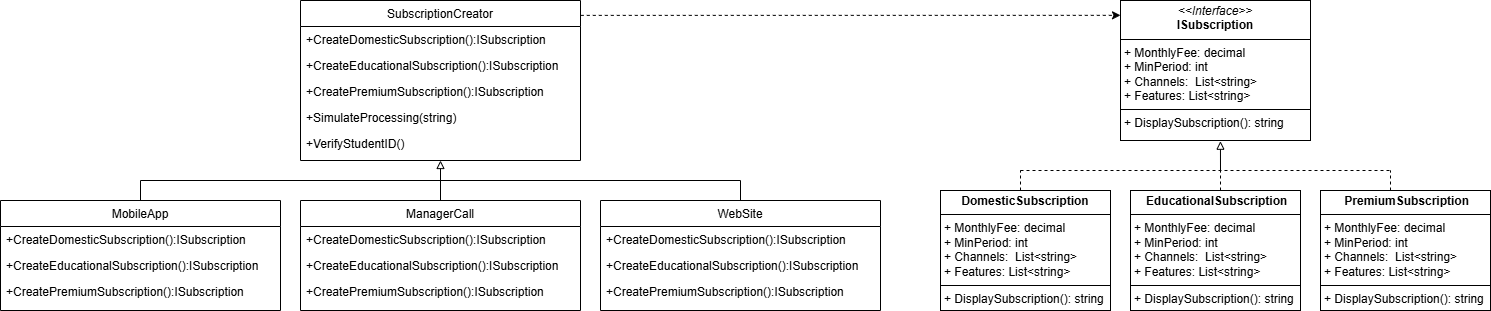
Earlier version of the draw.io export lab2/task1-FactoryMethod/task1-factory.png (sofia-maidaniuk/SoftwareDevelopment). Source tidied: cells renumbered, new cells last; positions are measured from the earlier drawing's top-left corner, leaving out a move shared by most shapes. Source of this version:
```xml
<mxGraphModel>
  <root>
    <mxCell id="0" />
    <mxCell id="1" parent="0" />
    <mxCell id="2" value="SubscriptionCreator" style="swimlane;fontStyle=0;align=center;verticalAlign=top;horizontal=1;startSize=26;rounded=0;shadow=0;strokeWidth=1;" parent="1" vertex="1">
      <mxGeometry x="300" width="280" height="160" as="geometry" />
    </mxCell>
    <mxCell id="3" value="+CreateDomesticSubscription():ISubscription" style="text;align=left;verticalAlign=top;spacingLeft=4;spacingRight=4;overflow=hidden;" parent="2" vertex="1">
      <mxGeometry y="26" width="280" height="26" as="geometry" />
    </mxCell>
    <mxCell id="4" value="+CreateEducationalSubscription():ISubscription" style="text;align=left;verticalAlign=top;spacingLeft=4;spacingRight=4;overflow=hidden;rounded=0;shadow=0;html=0;" parent="2" vertex="1">
      <mxGeometry y="52" width="280" height="26" as="geometry" />
    </mxCell>
    <mxCell id="5" value="+CreatePremiumSubscription():ISubscription" style="text;align=left;verticalAlign=top;spacingLeft=4;spacingRight=4;overflow=hidden;rounded=0;shadow=0;html=0;" parent="2" vertex="1">
      <mxGeometry y="78" width="280" height="26" as="geometry" />
    </mxCell>
    <mxCell id="6" value="+SimulateProcessing(string)" style="text;align=left;verticalAlign=top;spacingLeft=4;spacingRight=4;overflow=hidden;rounded=0;shadow=0;html=0;" parent="2" vertex="1">
      <mxGeometry y="104" width="280" height="26" as="geometry" />
    </mxCell>
    <mxCell id="7" value="+VerifyStudentID()" style="text;align=left;verticalAlign=top;spacingLeft=4;spacingRight=4;overflow=hidden;rounded=0;shadow=0;html=0;" parent="2" vertex="1">
      <mxGeometry y="130" width="280" height="26" as="geometry" />
    </mxCell>
    <mxCell id="8" value="MobileApp" style="swimlane;fontStyle=0;align=center;verticalAlign=top;horizontal=1;startSize=26;rounded=0;shadow=0;strokeWidth=1;" parent="1" vertex="1">
      <mxGeometry y="200" width="280" height="110" as="geometry" />
    </mxCell>
    <mxCell id="9" value="+CreateDomesticSubscription():ISubscription" style="text;align=left;verticalAlign=top;spacingLeft=4;spacingRight=4;overflow=hidden;" parent="8" vertex="1">
      <mxGeometry y="26" width="280" height="26" as="geometry" />
    </mxCell>
    <mxCell id="10" value="+CreateEducationalSubscription():ISubscription" style="text;align=left;verticalAlign=top;spacingLeft=4;spacingRight=4;overflow=hidden;rounded=0;shadow=0;html=0;" parent="8" vertex="1">
      <mxGeometry y="52" width="280" height="26" as="geometry" />
    </mxCell>
    <mxCell id="11" value="+CreatePremiumSubscription():ISubscription" style="text;align=left;verticalAlign=top;spacingLeft=4;spacingRight=4;overflow=hidden;rounded=0;shadow=0;html=0;" parent="8" vertex="1">
      <mxGeometry y="78" width="280" height="26" as="geometry" />
    </mxCell>
    <mxCell id="12" value="ManagerCall" style="swimlane;fontStyle=0;align=center;verticalAlign=top;horizontal=1;startSize=26;rounded=0;shadow=0;strokeWidth=1;" parent="1" vertex="1">
      <mxGeometry x="300" y="200" width="280" height="110" as="geometry" />
    </mxCell>
    <mxCell id="13" value="+CreateDomesticSubscription():ISubscription" style="text;align=left;verticalAlign=top;spacingLeft=4;spacingRight=4;overflow=hidden;" parent="12" vertex="1">
      <mxGeometry y="26" width="280" height="26" as="geometry" />
    </mxCell>
    <mxCell id="14" value="+CreateEducationalSubscription():ISubscription" style="text;align=left;verticalAlign=top;spacingLeft=4;spacingRight=4;overflow=hidden;rounded=0;shadow=0;html=0;" parent="12" vertex="1">
      <mxGeometry y="52" width="280" height="26" as="geometry" />
    </mxCell>
    <mxCell id="15" value="+CreatePremiumSubscription():ISubscription" style="text;align=left;verticalAlign=top;spacingLeft=4;spacingRight=4;overflow=hidden;rounded=0;shadow=0;html=0;" parent="12" vertex="1">
      <mxGeometry y="78" width="280" height="26" as="geometry" />
    </mxCell>
    <mxCell id="16" value="WebSite" style="swimlane;fontStyle=0;align=center;verticalAlign=top;horizontal=1;startSize=26;rounded=0;shadow=0;strokeWidth=1;" parent="1" vertex="1">
      <mxGeometry x="600" y="200" width="280" height="110" as="geometry" />
    </mxCell>
    <mxCell id="17" value="+CreateDomesticSubscription():ISubscription" style="text;align=left;verticalAlign=top;spacingLeft=4;spacingRight=4;overflow=hidden;" parent="16" vertex="1">
      <mxGeometry y="26" width="280" height="26" as="geometry" />
    </mxCell>
    <mxCell id="18" value="+CreateEducationalSubscription():ISubscription" style="text;align=left;verticalAlign=top;spacingLeft=4;spacingRight=4;overflow=hidden;rounded=0;shadow=0;html=0;" parent="16" vertex="1">
      <mxGeometry y="52" width="280" height="26" as="geometry" />
    </mxCell>
    <mxCell id="19" value="+CreatePremiumSubscription():ISubscription" style="text;align=left;verticalAlign=top;spacingLeft=4;spacingRight=4;overflow=hidden;rounded=0;shadow=0;html=0;" parent="16" vertex="1">
      <mxGeometry y="78" width="280" height="26" as="geometry" />
    </mxCell>
    <mxCell id="20" style="endArrow=none;html=1;rounded=0;" parent="1" edge="1">
      <mxGeometry relative="1" as="geometry">
        <mxPoint x="140" y="180" as="sourcePoint" />
        <mxPoint x="740" y="180" as="targetPoint" />
      </mxGeometry>
    </mxCell>
    <mxCell id="21" style="endArrow=none;html=1;rounded=0;exitX=0.5;exitY=0;exitDx=0;exitDy=0;" parent="1" edge="1" source="12">
      <mxGeometry relative="1" as="geometry">
        <mxPoint x="440" y="180" as="targetPoint" />
      </mxGeometry>
    </mxCell>
    <mxCell id="22" style="endArrow=none;html=1;rounded=0;exitX=0.5;exitY=0;exitDx=0;exitDy=0;" parent="1" edge="1" source="8">
      <mxGeometry relative="1" as="geometry">
        <mxPoint x="140" y="180" as="targetPoint" />
      </mxGeometry>
    </mxCell>
    <mxCell id="23" style="endArrow=none;html=1;rounded=0;exitX=0.5;exitY=0;exitDx=0;exitDy=0;" parent="1" edge="1" source="16">
      <mxGeometry relative="1" as="geometry">
        <mxPoint x="740" y="180" as="targetPoint" />
      </mxGeometry>
    </mxCell>
    <mxCell id="24" style="endArrow=block;html=1;rounded=0;entryX=0.5;entryY=1;entryDx=0;entryDy=0;endFill=0;" parent="1" edge="1" target="2">
      <mxGeometry relative="1" as="geometry">
        <mxPoint x="440" y="180" as="sourcePoint" />
      </mxGeometry>
    </mxCell>
    <mxCell id="25" value="&lt;p style=&quot;margin:0px;margin-top:4px;text-align:center;&quot;&gt;&lt;i&gt;&amp;lt;&amp;lt;Interface&amp;gt;&amp;gt;&lt;/i&gt;&lt;br&gt;&lt;b&gt;ISubscription&lt;/b&gt;&lt;/p&gt;&lt;hr size=&quot;1&quot; style=&quot;border-style:solid;&quot;&gt;&lt;p style=&quot;margin:0px;margin-left:4px;&quot;&gt;+ MonthlyFee: decimal&lt;br&gt;+ MinPeriod: int&lt;/p&gt;&lt;p style=&quot;margin:0px;margin-left:4px;&quot;&gt;+&amp;nbsp;Channels:&amp;nbsp;&amp;nbsp;List&amp;lt;string&amp;gt;&lt;/p&gt;&lt;p style=&quot;margin:0px;margin-left:4px;&quot;&gt;+&amp;nbsp;Features:&amp;nbsp;&lt;span style=&quot;background-color: transparent; color: light-dark(rgb(0, 0, 0), rgb(255, 255, 255));&quot;&gt;List&amp;lt;string&amp;gt;&lt;/span&gt;&lt;/p&gt;&lt;hr size=&quot;1&quot; style=&quot;border-style:solid;&quot;&gt;&lt;p style=&quot;margin:0px;margin-left:4px;&quot;&gt;+ DisplaySubscription(): string&lt;/p&gt;" style="verticalAlign=top;align=left;overflow=fill;html=1;whiteSpace=wrap;" parent="1" vertex="1">
      <mxGeometry x="1120" width="190" height="140" as="geometry" />
    </mxCell>
    <mxCell id="26" value="&lt;p style=&quot;margin:0px;margin-top:4px;text-align:center;&quot;&gt;&lt;b&gt;DomesticSubscription&lt;/b&gt;&lt;/p&gt;&lt;hr size=&quot;1&quot; style=&quot;border-style:solid;&quot;&gt;&lt;p style=&quot;margin:0px;margin-left:4px;&quot;&gt;+ MonthlyFee: decimal&lt;/p&gt;&lt;p style=&quot;margin:0px;margin-left:4px;&quot;&gt;+&amp;nbsp;MinPeriod: int&lt;/p&gt;&lt;p style=&quot;margin: 0px 0px 0px 4px;&quot;&gt;+&amp;nbsp;Channels:&amp;nbsp;&amp;nbsp;List&amp;lt;string&amp;gt;&lt;/p&gt;&lt;p style=&quot;margin: 0px 0px 0px 4px;&quot;&gt;+&amp;nbsp;Features:&amp;nbsp;&lt;span style=&quot;background-color: transparent; color: light-dark(rgb(0, 0, 0), rgb(255, 255, 255));&quot;&gt;List&amp;lt;string&amp;gt;&lt;/span&gt;&lt;/p&gt;&lt;hr size=&quot;1&quot; style=&quot;border-style:solid;&quot;&gt;&lt;p style=&quot;margin:0px;margin-left:4px;&quot;&gt;+ DisplaySubscription():&amp;nbsp;&lt;span style=&quot;background-color: transparent; color: light-dark(rgb(0, 0, 0), rgb(255, 255, 255));&quot;&gt;string&lt;/span&gt;&lt;/p&gt;" style="verticalAlign=top;align=left;overflow=fill;html=1;whiteSpace=wrap;" parent="1" vertex="1">
      <mxGeometry x="940" y="190" width="170" height="120" as="geometry" />
    </mxCell>
    <mxCell id="27" value="&lt;p style=&quot;margin:0px;margin-top:4px;text-align:center;&quot;&gt;&lt;b&gt;&amp;nbsp;EducationalSubscription&lt;/b&gt;&lt;/p&gt;&lt;hr size=&quot;1&quot; style=&quot;border-style:solid;&quot;&gt;&lt;p style=&quot;margin:0px;margin-left:4px;&quot;&gt;+ MonthlyFee: decimal&lt;/p&gt;&lt;p style=&quot;margin:0px;margin-left:4px;&quot;&gt;+&amp;nbsp;MinPeriod: int&lt;/p&gt;&lt;p style=&quot;margin: 0px 0px 0px 4px;&quot;&gt;+&amp;nbsp;Channels:&amp;nbsp;&amp;nbsp;List&amp;lt;string&amp;gt;&lt;/p&gt;&lt;p style=&quot;margin: 0px 0px 0px 4px;&quot;&gt;+&amp;nbsp;Features:&amp;nbsp;&lt;span style=&quot;background-color: transparent; color: light-dark(rgb(0, 0, 0), rgb(255, 255, 255));&quot;&gt;List&amp;lt;string&amp;gt;&lt;/span&gt;&lt;/p&gt;&lt;hr size=&quot;1&quot; style=&quot;border-style:solid;&quot;&gt;&lt;p style=&quot;margin:0px;margin-left:4px;&quot;&gt;+ DisplaySubscription():&amp;nbsp;&lt;span style=&quot;background-color: transparent; color: light-dark(rgb(0, 0, 0), rgb(255, 255, 255));&quot;&gt;string&lt;/span&gt;&lt;/p&gt;" style="verticalAlign=top;align=left;overflow=fill;html=1;whiteSpace=wrap;" parent="1" vertex="1">
      <mxGeometry x="1130" y="190" width="170" height="120" as="geometry" />
    </mxCell>
    <mxCell id="28" value="&lt;p style=&quot;margin:0px;margin-top:4px;text-align:center;&quot;&gt;&lt;b&gt;&amp;nbsp;&lt;/b&gt;&lt;span style=&quot;background-color: transparent; text-align: left;&quot;&gt;&lt;b&gt;PremiumSubscription&lt;/b&gt;&lt;/span&gt;&lt;/p&gt;&lt;hr size=&quot;1&quot; style=&quot;border-style:solid;&quot;&gt;&lt;p style=&quot;margin:0px;margin-left:4px;&quot;&gt;+ MonthlyFee: decimal&lt;/p&gt;&lt;p style=&quot;margin:0px;margin-left:4px;&quot;&gt;+&amp;nbsp;MinPeriod: int&lt;/p&gt;&lt;p style=&quot;margin: 0px 0px 0px 4px;&quot;&gt;+&amp;nbsp;Channels:&amp;nbsp;&amp;nbsp;List&amp;lt;string&amp;gt;&lt;/p&gt;&lt;p style=&quot;margin: 0px 0px 0px 4px;&quot;&gt;+&amp;nbsp;Features:&amp;nbsp;&lt;span style=&quot;background-color: transparent; color: light-dark(rgb(0, 0, 0), rgb(255, 255, 255));&quot;&gt;List&amp;lt;string&amp;gt;&lt;/span&gt;&lt;/p&gt;&lt;hr size=&quot;1&quot; style=&quot;border-style:solid;&quot;&gt;&lt;p style=&quot;margin:0px;margin-left:4px;&quot;&gt;+ DisplaySubscription():&amp;nbsp;&lt;span style=&quot;background-color: transparent; color: light-dark(rgb(0, 0, 0), rgb(255, 255, 255));&quot;&gt;string&lt;/span&gt;&lt;/p&gt;" style="verticalAlign=top;align=left;overflow=fill;html=1;whiteSpace=wrap;" parent="1" vertex="1">
      <mxGeometry x="1320" y="190" width="170" height="120" as="geometry" />
    </mxCell>
    <mxCell id="29" style="endArrow=none;dashed=1;html=1;rounded=0;" parent="1" edge="1">
      <mxGeometry relative="1" as="geometry">
        <mxPoint x="1020" y="170" as="sourcePoint" />
        <mxPoint x="1390" y="170" as="targetPoint" />
      </mxGeometry>
    </mxCell>
    <mxCell id="30" style="endArrow=none;dashed=1;html=1;rounded=0;" parent="1" edge="1">
      <mxGeometry relative="1" as="geometry">
        <mxPoint x="1020" y="190" as="sourcePoint" />
        <mxPoint x="1020" y="170" as="targetPoint" />
      </mxGeometry>
    </mxCell>
    <mxCell id="31" style="endArrow=none;dashed=1;html=1;rounded=0;" parent="1" edge="1">
      <mxGeometry relative="1" as="geometry">
        <mxPoint x="1220" y="190" as="sourcePoint" />
        <mxPoint x="1220" y="170" as="targetPoint" />
      </mxGeometry>
    </mxCell>
    <mxCell id="32" style="endArrow=none;dashed=1;html=1;rounded=0;" parent="1" edge="1">
      <mxGeometry relative="1" as="geometry">
        <mxPoint x="1390" y="190" as="sourcePoint" />
        <mxPoint x="1390" y="170" as="targetPoint" />
      </mxGeometry>
    </mxCell>
    <mxCell id="33" style="endArrow=classic;html=1;rounded=0;exitX=1.001;exitY=0.093;exitDx=0;exitDy=0;exitPerimeter=0;entryX=0;entryY=0.106;entryDx=0;entryDy=0;entryPerimeter=0;dashed=1;" parent="1" edge="1" source="2" target="25">
      <mxGeometry relative="1" as="geometry" />
    </mxCell>
    <mxCell id="34" style="endArrow=block;html=1;rounded=0;entryX=0.526;entryY=1.005;entryDx=0;entryDy=0;endFill=0;entryPerimeter=0;" parent="1" edge="1" target="25">
      <mxGeometry relative="1" as="geometry">
        <mxPoint x="1220" y="170" as="sourcePoint" />
      </mxGeometry>
    </mxCell>
  </root>
</mxGraphModel>
```
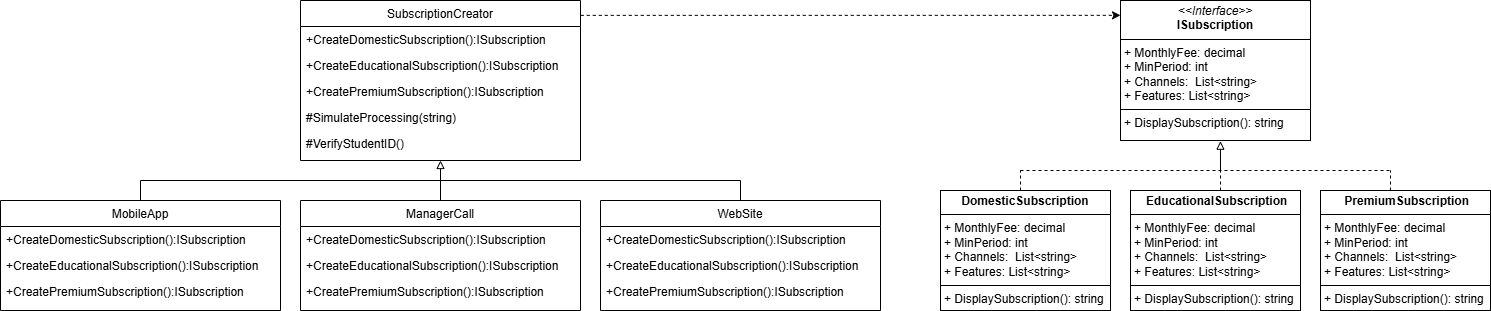
After the change.

Change to the diagram source:
```diff
@@ -14,10 +14,10 @@
     <mxCell id="5" value="+CreatePremiumSubscription():ISubscription" style="text;align=left;verticalAlign=top;spacingLeft=4;spacingRight=4;overflow=hidden;rounded=0;shadow=0;html=0;" parent="2" vertex="1">
       <mxGeometry y="78" width="280" height="26" as="geometry" />
     </mxCell>
-    <mxCell id="6" value="+SimulateProcessing(string)" style="text;align=left;verticalAlign=top;spacingLeft=4;spacingRight=4;overflow=hidden;rounded=0;shadow=0;html=0;" parent="2" vertex="1">
+    <mxCell id="6" value="#SimulateProcessing(string)" style="text;align=left;verticalAlign=top;spacingLeft=4;spacingRight=4;overflow=hidden;rounded=0;shadow=0;html=0;" parent="2" vertex="1">
       <mxGeometry y="104" width="280" height="26" as="geometry" />
     </mxCell>
-    <mxCell id="7" value="+VerifyStudentID()" style="text;align=left;verticalAlign=top;spacingLeft=4;spacingRight=4;overflow=hidden;rounded=0;shadow=0;html=0;" parent="2" vertex="1">
+    <mxCell id="7" value="#VerifyStudentID()" style="text;align=left;verticalAlign=top;spacingLeft=4;spacingRight=4;overflow=hidden;rounded=0;shadow=0;html=0;" parent="2" vertex="1">
       <mxGeometry y="130" width="280" height="26" as="geometry" />
     </mxCell>
     <mxCell id="8" value="MobileApp" style="swimlane;fontStyle=0;align=center;verticalAlign=top;horizontal=1;startSize=26;rounded=0;shadow=0;strokeWidth=1;" parent="1" vertex="1">
```
